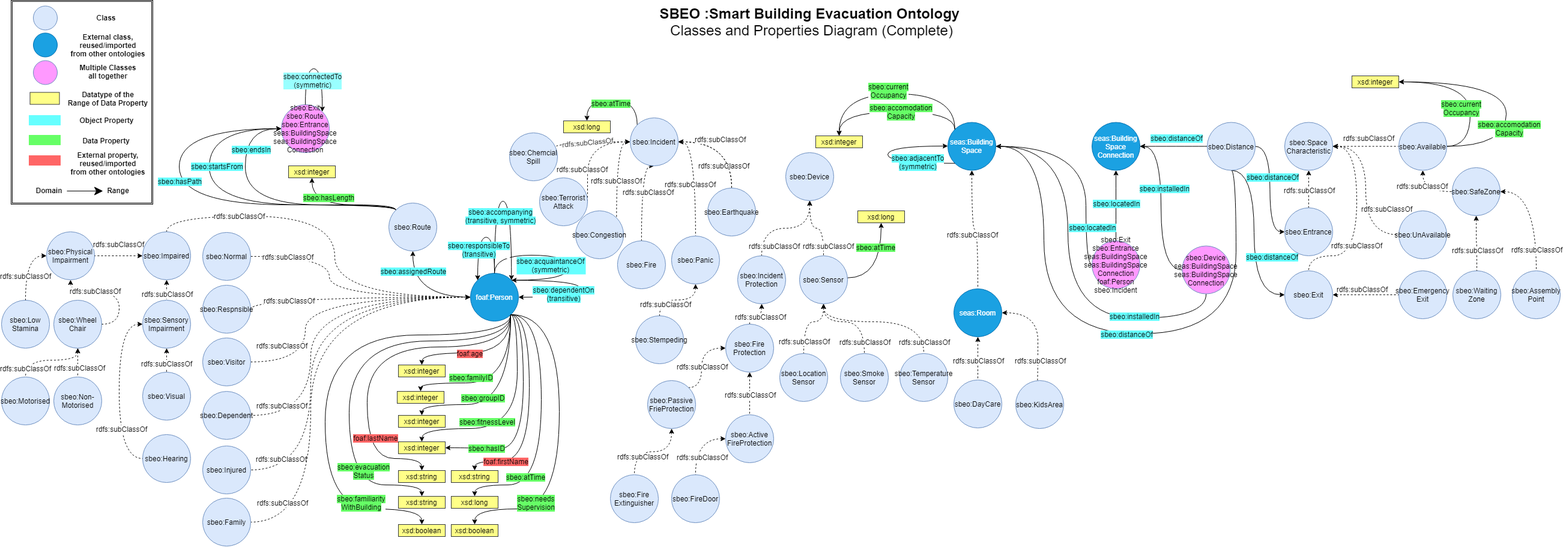
This is Figures/SBEO_Class_Property_Diagram_Complete.png from qasimkhalid/SBEO, a draw.io export, as it was before one commit. Source tidied: cells renumbered, new cells last; positions are measured from the earlier drawing's top-left corner, leaving out a move shared by most shapes.
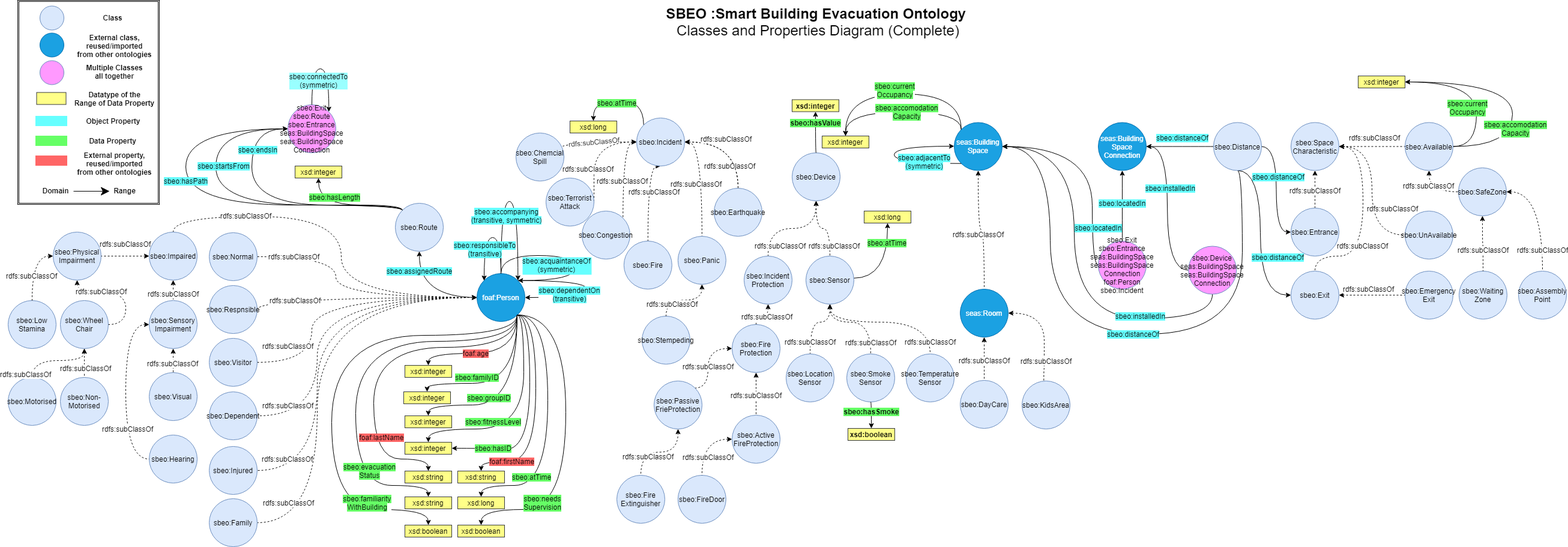
The same file after the commit.

The edit, as a diff of the source:
```diff
@@ -1216,5 +1216,35 @@
     <mxCell id="251" value="Domain" style="text;html=1;align=center;verticalAlign=middle;fontStyle=1;" parent="248" vertex="1">
       <mxGeometry width="60" height="20" as="geometry" />
     </mxCell>
+    <mxCell id="252" style="edgeStyle=orthogonalEdgeStyle;curved=1;comic=0;jettySize=auto;html=1;entryX=0.5;entryY=0;entryDx=0;entryDy=0;shadow=0;startArrow=none;startFill=0;endArrow=classic;endFill=1;fontColor=#000000;exitX=0.5;exitY=1;exitDx=0;exitDy=0;fontStyle=1;" parent="1" edge="1" source="83" target="254">
+      <mxGeometry relative="1" as="geometry">
+        <Array as="points">
+          <mxPoint x="1438" y="669" />
+        </Array>
+      </mxGeometry>
+    </mxCell>
+    <mxCell id="253" value="&lt;span style=&quot;background-color: rgb(102 , 255 , 102)&quot;&gt;sbeo:hasSmoke&lt;/span&gt;" style="text;html=1;align=center;verticalAlign=middle;labelBackgroundColor=#ffffff;fontStyle=1;" parent="252" vertex="1">
+      <mxGeometry x="-0.24" y="-7" relative="1" as="geometry">
+        <mxPoint x="7" y="-0.1" as="offset" />
+      </mxGeometry>
+    </mxCell>
+    <mxCell id="254" value="xsd:boolean" style="rounded=0;whiteSpace=wrap;html=1;fillColor=#ffff88;strokeColor=#36393d;fontStyle=1;" parent="1" vertex="1">
+      <mxGeometry x="1399" y="713" width="78" height="20" as="geometry" />
+    </mxCell>
+    <mxCell id="255" style="edgeStyle=orthogonalEdgeStyle;curved=1;comic=0;jettySize=auto;html=1;entryX=0.5;entryY=1;entryDx=0;entryDy=0;shadow=0;startArrow=none;startFill=0;endArrow=classic;endFill=1;fontColor=#000000;fontStyle=1;exitX=0.5;exitY=0;exitDx=0;exitDy=0;" parent="1" edge="1" source="6" target="257">
+      <mxGeometry relative="1" as="geometry">
+        <Array as="points">
+          <mxPoint x="1345" y="254" />
+        </Array>
+      </mxGeometry>
+    </mxCell>
+    <mxCell id="256" value="&lt;span style=&quot;background-color: rgb(102 , 255 , 102)&quot;&gt;sbeo:hasValue&lt;/span&gt;" style="text;html=1;align=center;verticalAlign=middle;labelBackgroundColor=#ffffff;fontStyle=1;" parent="255" vertex="1">
+      <mxGeometry x="-0.24" y="-7" relative="1" as="geometry">
+        <mxPoint x="-7" y="-25.1" as="offset" />
+      </mxGeometry>
+    </mxCell>
+    <mxCell id="257" value="xsd:integer" style="rounded=0;whiteSpace=wrap;html=1;fillColor=#ffff88;strokeColor=#36393d;fontStyle=1;" parent="1" vertex="1">
+      <mxGeometry x="1306" y="165.5" width="78" height="20" as="geometry" />
+    </mxCell>
   </root>
 </mxGraphModel>
```
